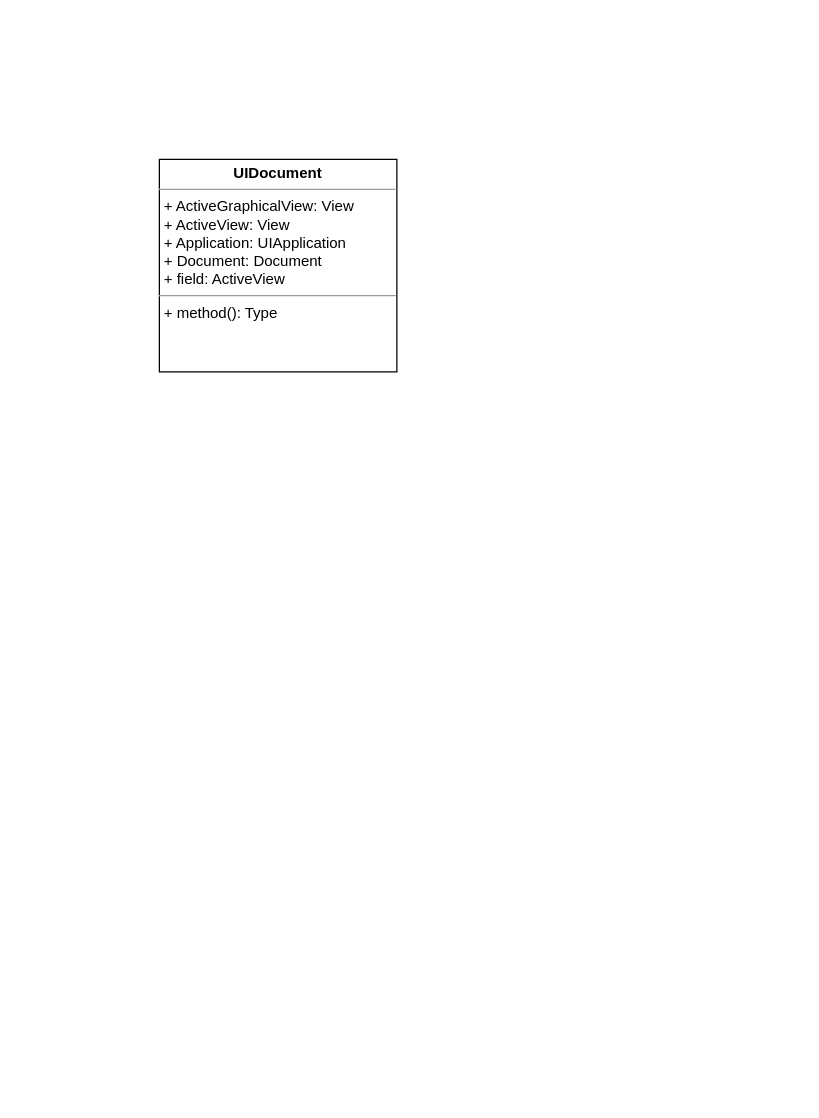
xin1627/ClassGraph keeps this draw.io diagram as class.drawio. Above is the earlier version. Source tidied: cells renumbered, new cells numbered last; positions are measured from the earlier drawing's top-left corner, leaving out a move shared by most shapes. Both pictures are drawn from the tidied source at 125%, with x=0, y=0 at pixel (159, 159).
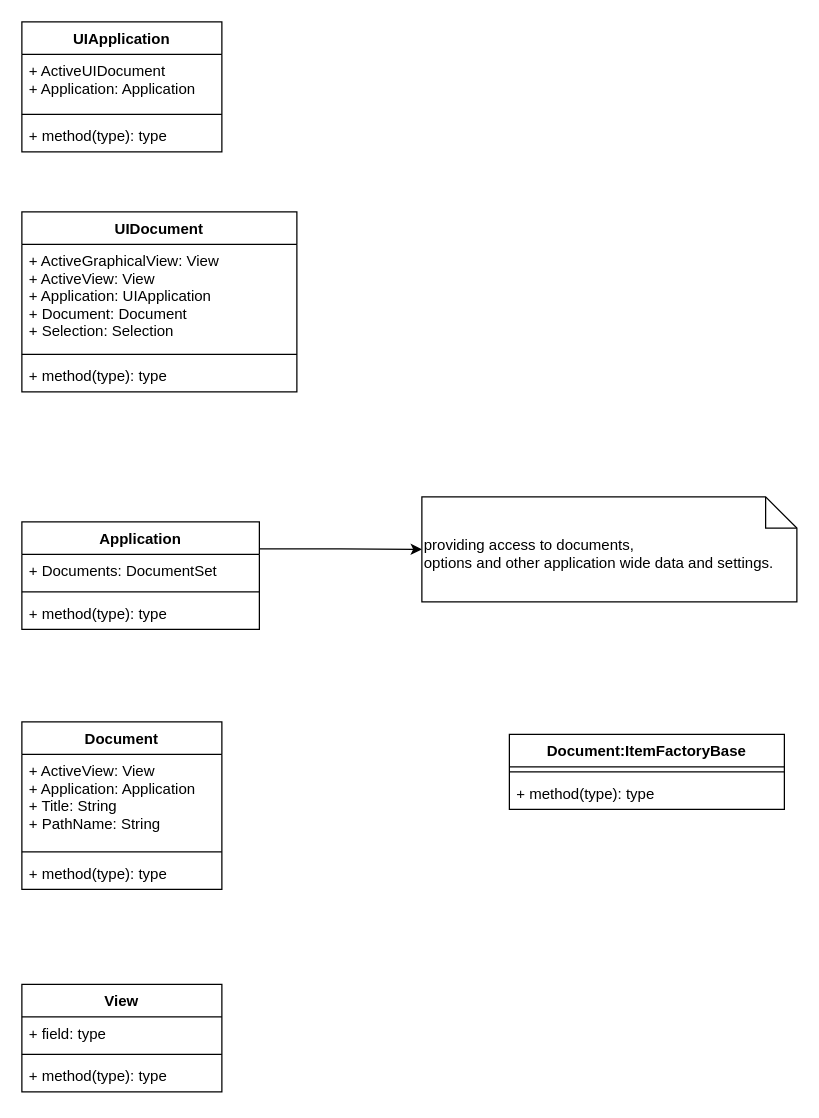
Above is the later version.

Change to the diagram source:
```diff
@@
-    <mxCell id="2" value="&lt;p style=&quot;margin: 0px ; margin-top: 4px ; text-align: center&quot;&gt;&lt;b&gt;UIDocument&lt;/b&gt;&lt;/p&gt;&lt;hr size=&quot;1&quot;&gt;&lt;p style=&quot;margin: 0px ; margin-left: 4px&quot;&gt;+ ActiveGraphicalView: View&lt;/p&gt;&lt;p style=&quot;margin: 0px ; margin-left: 4px&quot;&gt;+ ActiveView: View&lt;br&gt;&lt;/p&gt;&lt;p style=&quot;margin: 0px ; margin-left: 4px&quot;&gt;+ Application: UIApplication&lt;/p&gt;&lt;p style=&quot;margin: 0px ; margin-left: 4px&quot;&gt;+ Document: Document&lt;br&gt;&lt;/p&gt;&lt;p style=&quot;margin: 0px ; margin-left: 4px&quot;&gt;+ field: ActiveView&lt;br&gt;&lt;/p&gt;&lt;hr size=&quot;1&quot;&gt;&lt;p style=&quot;margin: 0px ; margin-left: 4px&quot;&gt;+ method(): Type&lt;/p&gt;" style="verticalAlign=top;align=left;overflow=fill;fontSize=12;fontFamily=Helvetica;html=1;" parent="1" vertex="1">
-      <mxGeometry width="190" height="170" as="geometry" />
-    </mxCell>
+    <mxCell id="3" style="edgeStyle=orthogonalEdgeStyle;rounded=0;jettySize=auto;html=1;exitX=1;exitY=0.25;exitDx=0;exitDy=0;" parent="1" edge="1" source="4" target="16">
+      <mxGeometry relative="1" as="geometry" />
+    </mxCell>
+    <mxCell id="4" value="Application" style="swimlane;fontStyle=1;align=center;verticalAlign=top;horizontal=1;startSize=26;" parent="1" vertex="1">
+      <mxGeometry x="-110" y="290" width="190" height="86" as="geometry" />
+    </mxCell>
+    <mxCell id="5" value="+ Documents: DocumentSet" style="text;strokeColor=none;fillColor=none;align=left;verticalAlign=top;spacingLeft=4;spacingRight=4;overflow=hidden;" parent="4" vertex="1">
+      <mxGeometry y="26" width="190" height="26" as="geometry" />
+    </mxCell>
+    <mxCell id="6" style="line;strokeWidth=1;fillColor=none;align=left;verticalAlign=middle;spacingTop=-1;spacingLeft=3;spacingRight=3;labelPosition=right;" parent="4" vertex="1">
+      <mxGeometry y="52" width="190" height="8" as="geometry" />
+    </mxCell>
+    <mxCell id="7" value="+ method(type): type" style="text;strokeColor=none;fillColor=none;align=left;verticalAlign=top;spacingLeft=4;spacingRight=4;overflow=hidden;" parent="4" vertex="1">
+      <mxGeometry y="60" width="190" height="26" as="geometry" />
+    </mxCell>
+    <mxCell id="8" value="UIApplication" style="swimlane;fontStyle=1;align=center;verticalAlign=top;horizontal=1;startSize=26;" parent="1" vertex="1">
+      <mxGeometry x="-110" y="-110" width="160" height="104" as="geometry" />
+    </mxCell>
+    <mxCell id="9" value="+ ActiveUIDocument&#10;+ Application: Application" style="text;strokeColor=none;fillColor=none;align=left;verticalAlign=top;spacingLeft=4;spacingRight=4;overflow=hidden;" parent="8" vertex="1">
+      <mxGeometry y="26" width="160" height="44" as="geometry" />
+    </mxCell>
+    <mxCell id="10" style="line;strokeWidth=1;fillColor=none;align=left;verticalAlign=middle;spacingTop=-1;spacingLeft=3;spacingRight=3;labelPosition=right;" parent="8" vertex="1">
+      <mxGeometry y="70" width="160" height="8" as="geometry" />
+    </mxCell>
+    <mxCell id="11" value="+ method(type): type" style="text;strokeColor=none;fillColor=none;align=left;verticalAlign=top;spacingLeft=4;spacingRight=4;overflow=hidden;" parent="8" vertex="1">
+      <mxGeometry y="78" width="160" height="26" as="geometry" />
+    </mxCell>
+    <mxCell id="12" value="UIDocument" style="swimlane;fontStyle=1;align=center;verticalAlign=top;horizontal=1;startSize=26;" parent="1" vertex="1">
+      <mxGeometry x="-110" y="42" width="220" height="144" as="geometry" />
+    </mxCell>
+    <mxCell id="13" value="+ ActiveGraphicalView: View&#10;+ ActiveView: View&#10;+ Application: UIApplication&#10;+ Document: Document&#10;+ Selection: Selection" style="text;strokeColor=none;fillColor=none;align=left;verticalAlign=top;spacingLeft=4;spacingRight=4;overflow=hidden;" parent="12" vertex="1">
+      <mxGeometry y="26" width="220" height="84" as="geometry" />
+    </mxCell>
+    <mxCell id="14" style="line;strokeWidth=1;fillColor=none;align=left;verticalAlign=middle;spacingTop=-1;spacingLeft=3;spacingRight=3;labelPosition=right;" parent="12" vertex="1">
+      <mxGeometry y="110" width="220" height="8" as="geometry" />
+    </mxCell>
+    <mxCell id="15" value="+ method(type): type" style="text;strokeColor=none;fillColor=none;align=left;verticalAlign=top;spacingLeft=4;spacingRight=4;overflow=hidden;" parent="12" vertex="1">
+      <mxGeometry y="118" width="220" height="26" as="geometry" />
+    </mxCell>
+    <mxCell id="16" value="providing access to documents, &lt;br&gt;options and other application wide data and settings. " style="shape=note2;boundedLbl=1;whiteSpace=wrap;html=1;size=25;verticalAlign=top;align=left;" parent="1" vertex="1">
+      <mxGeometry x="210" y="270" width="300" height="84" as="geometry" />
+    </mxCell>
+    <mxCell id="17" value="Document" style="swimlane;fontStyle=1;align=center;verticalAlign=top;horizontal=1;startSize=26;" parent="1" vertex="1">
+      <mxGeometry x="-110" y="450" width="160" height="134" as="geometry" />
+    </mxCell>
+    <mxCell id="18" value="+ ActiveView: View&#10;+ Application: Application&#10;+ Title: String&#10;+ PathName: String" style="text;strokeColor=none;fillColor=none;align=left;verticalAlign=top;spacingLeft=4;spacingRight=4;overflow=hidden;" parent="17" vertex="1">
+      <mxGeometry y="26" width="160" height="74" as="geometry" />
+    </mxCell>
+    <mxCell id="19" style="line;strokeWidth=1;fillColor=none;align=left;verticalAlign=middle;spacingTop=-1;spacingLeft=3;spacingRight=3;labelPosition=right;" parent="17" vertex="1">
+      <mxGeometry y="100" width="160" height="8" as="geometry" />
+    </mxCell>
+    <mxCell id="20" value="+ method(type): type" style="text;strokeColor=none;fillColor=none;align=left;verticalAlign=top;spacingLeft=4;spacingRight=4;overflow=hidden;" parent="17" vertex="1">
+      <mxGeometry y="108" width="160" height="26" as="geometry" />
+    </mxCell>
+    <mxCell id="21" value="Document:ItemFactoryBase" style="swimlane;fontStyle=1;align=center;verticalAlign=top;horizontal=1;startSize=26;" parent="1" vertex="1">
+      <mxGeometry x="280" y="460" width="220" height="60" as="geometry" />
+    </mxCell>
+    <mxCell id="22" style="line;strokeWidth=1;fillColor=none;align=left;verticalAlign=middle;spacingTop=-1;spacingLeft=3;spacingRight=3;labelPosition=right;" parent="21" vertex="1">
+      <mxGeometry y="26" width="220" height="8" as="geometry" />
+    </mxCell>
+    <mxCell id="23" value="+ method(type): type" style="text;strokeColor=none;fillColor=none;align=left;verticalAlign=top;spacingLeft=4;spacingRight=4;overflow=hidden;" parent="21" vertex="1">
+      <mxGeometry y="34" width="220" height="26" as="geometry" />
+    </mxCell>
+    <mxCell id="24" value="View" style="swimlane;fontStyle=1;align=center;verticalAlign=top;horizontal=1;startSize=26;" parent="1" vertex="1">
+      <mxGeometry x="-110" y="660" width="160" height="86" as="geometry" />
+    </mxCell>
+    <mxCell id="25" value="+ field: type" style="text;strokeColor=none;fillColor=none;align=left;verticalAlign=top;spacingLeft=4;spacingRight=4;overflow=hidden;" parent="24" vertex="1">
+      <mxGeometry y="26" width="160" height="26" as="geometry" />
+    </mxCell>
+    <mxCell id="26" style="line;strokeWidth=1;fillColor=none;align=left;verticalAlign=middle;spacingTop=-1;spacingLeft=3;spacingRight=3;labelPosition=right;" parent="24" vertex="1">
+      <mxGeometry y="52" width="160" height="8" as="geometry" />
+    </mxCell>
+    <mxCell id="27" value="+ method(type): type" style="text;strokeColor=none;fillColor=none;align=left;verticalAlign=top;spacingLeft=4;spacingRight=4;overflow=hidden;" parent="24" vertex="1">
+      <mxGeometry y="60" width="160" height="26" as="geometry" />
+    </mxCell>
```
